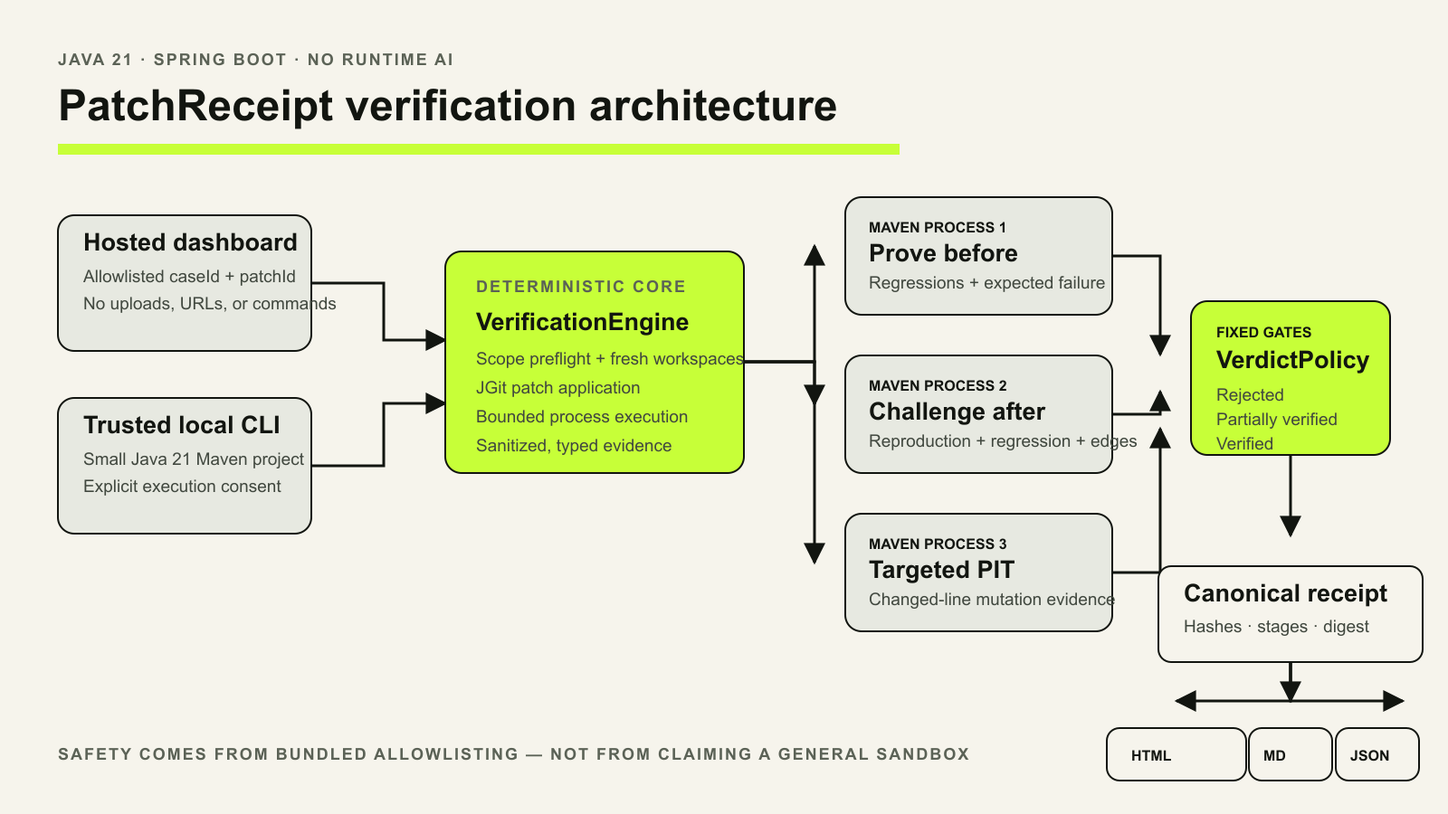
Before: docs/architecture.png, a diagram exported from Mermaid (Shommabomb/patch-receipt). Its source is kept beside it as docs/architecture.mmd. Source of this version:
```mermaid
flowchart LR
    Browser["Browser dashboard"] --> WebAPI["Spring MVC API"]
    WebAPI --> Registry["RunRegistry<br/>1 worker, queue of 3"]
    Registry --> Bundled["BundledCaseRepository<br/>allowlisted case and patch IDs"]

    LocalUser["Trusted local user"] --> CLI["Picocli CLI<br/>explicit execution acknowledgement"]
    CLI --> LocalLoader["LocalCaseLoader"]

    Bundled --> Case["VerificationCase<br/>manifest, project, verifier pack, patch, hashes"]
    LocalLoader --> Case
    Case --> Engine["VerificationEngine"]

    Engine --> Scope["ScopeAnalyzer<br/>preflight before execution"]
    Engine --> Workspace["WorkspaceManager<br/>fresh baseline and patched copies"]
    Engine --> Apply["JGit PatchApplier"]

    Workspace --> Baseline["Maven process 1<br/>baseline regressions + reproduction"]
    Apply --> Patched["Maven process 2<br/>patched reproduction + regressions + edge cases"]
    Patched --> PIT["Maven process 3<br/>targeted PIT, correctness permitting"]

    Baseline --> Surefire["SurefireReportParser"]
    Patched --> Surefire
    PIT --> PitParser["PitestReportParser"]
    Scope --> Evidence["Canonical domain evidence"]
    Surefire --> Evidence
    PitParser --> Evidence
    Evidence --> Policy["VerdictPolicy"]
    Policy --> Receipt["VerificationReceipt"]
    Receipt --> Digest["ReceiptDigestService<br/>SHA-256 over canonical JSON without digest field"]
    Digest --> JSON["JSON renderer"]
    Digest --> Markdown["Markdown renderer"]
    Digest --> HTML["Escaped standalone HTML renderer"]

    JSON --> CLI
    Markdown --> CLI
    HTML --> CLI
    JSON --> Downloads["Receipt API"]
    Markdown --> Downloads
    HTML --> Downloads
```
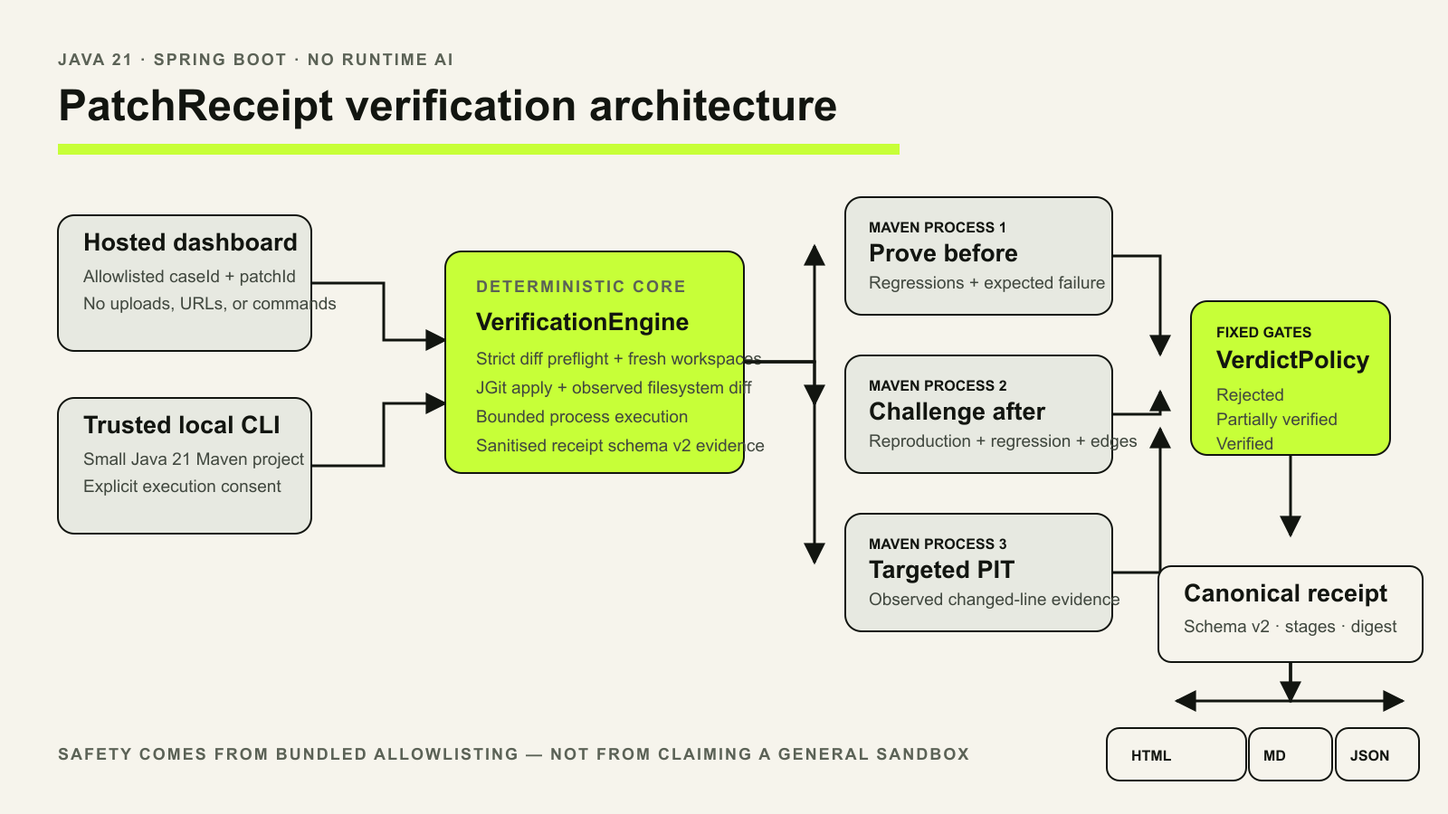
After the change.

The edit, as a diff of the source:
```diff
@@ -10,18 +10,20 @@
     LocalLoader --> Case
     Case --> Engine["VerificationEngine"]
 
-    Engine --> Scope["ScopeAnalyzer<br/>preflight before execution"]
+    Engine --> Scope["ScopeAnalyzer<br/>strict preflight"]
     Engine --> Workspace["WorkspaceManager<br/>fresh baseline and patched copies"]
     Engine --> Apply["JGit PatchApplier"]
+    Apply --> Observed["ObservedScopeAnalyzer<br/>before/after filesystem diff"]
 
     Workspace --> Baseline["Maven process 1<br/>baseline regressions + reproduction"]
-    Apply --> Patched["Maven process 2<br/>patched reproduction + regressions + edge cases"]
+    Observed --> Patched["Maven process 2<br/>patched reproduction + regressions + edge cases"]
     Patched --> PIT["Maven process 3<br/>targeted PIT, correctness permitting"]
 
     Baseline --> Surefire["SurefireReportParser"]
     Patched --> Surefire
     PIT --> PitParser["PitestReportParser"]
     Scope --> Evidence["Canonical domain evidence"]
+    Observed --> Evidence
     Surefire --> Evidence
     PitParser --> Evidence
     Evidence --> Policy["VerdictPolicy"]
```
